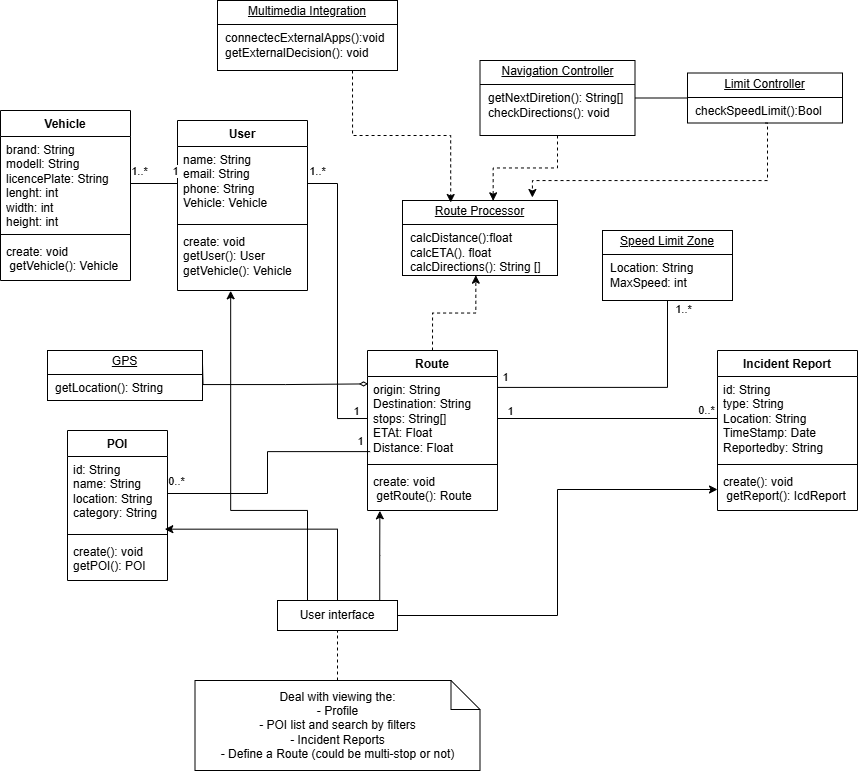
This is Diagrams/LogicalView.drawio.png from luislamy/msp, a draw.io export, as it was before one commit. Source tidied: cells renumbered, new cells last; positions are measured from the earlier drawing's top-left corner, leaving out a move shared by most shapes.
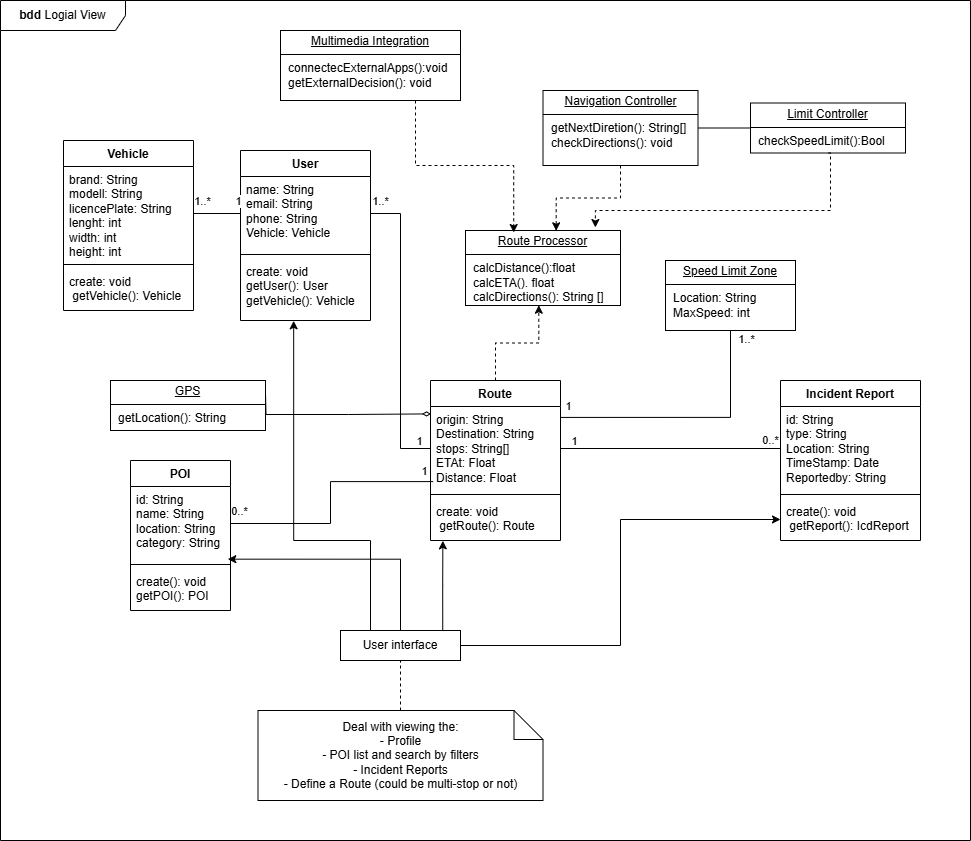
The same file after the commit.

Change to the diagram source:
```diff
@@ -197,5 +197,8 @@
     <mxCell id="55" value="Deal with viewing the:&lt;br&gt;- Profile&lt;div&gt;- POI list and search by filters&lt;/div&gt;&lt;div&gt;- Incident Reports&lt;/div&gt;&lt;div&gt;- Define a Route (could be multi-stop or not)&lt;/div&gt;" style="shape=note;size=29;whiteSpace=wrap;html=1;" parent="1" vertex="1">
       <mxGeometry x="194.5" y="680" width="285" height="90" as="geometry" />
     </mxCell>
+    <mxCell id="56" value="&lt;b&gt;bdd &lt;/b&gt;Logial View" style="shape=umlFrame;whiteSpace=wrap;html=1;width=125;height=30;" parent="1" vertex="1">
+      <mxGeometry x="-63" y="-30" width="970" height="840" as="geometry" />
+    </mxCell>
   </root>
 </mxGraphModel>
```
